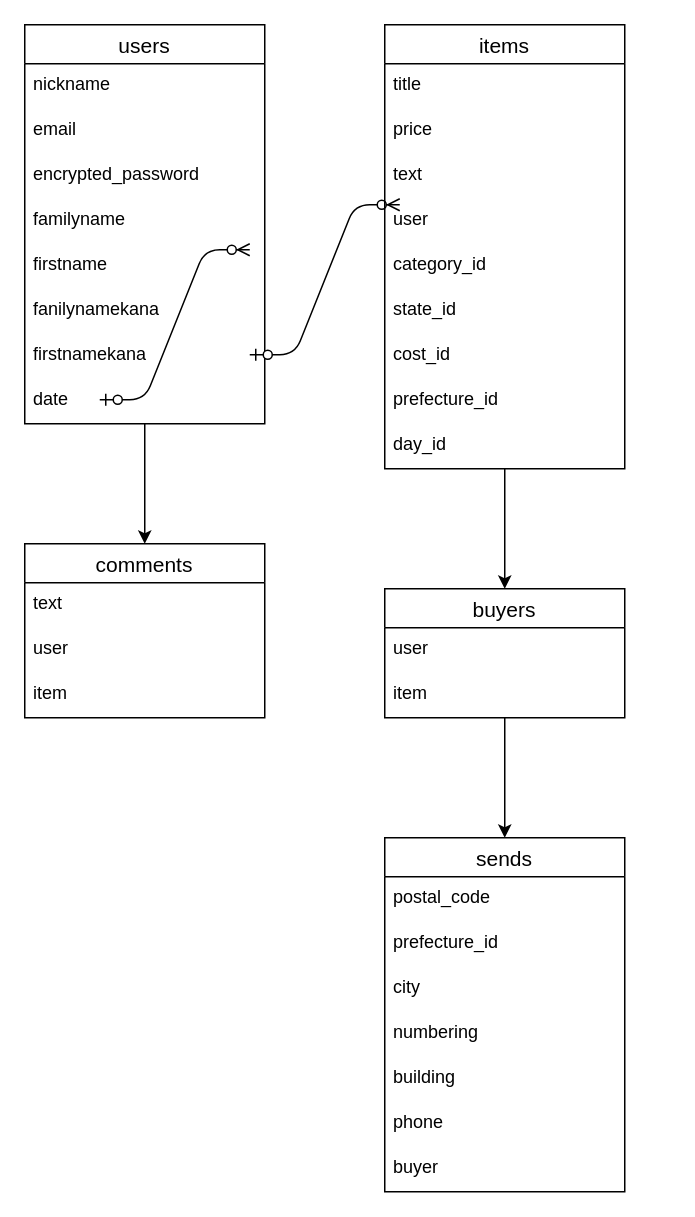
The draw.io diagram er.dio in takayukinm7/furima-32317, before the edit. Source tidied: cells renumbered, new cells numbered last; positions are measured from the earlier drawing's top-left corner, leaving out a move shared by most shapes. Both pictures are drawn from the tidied source at 150%, with x=0, y=0 at pixel (24, 24).
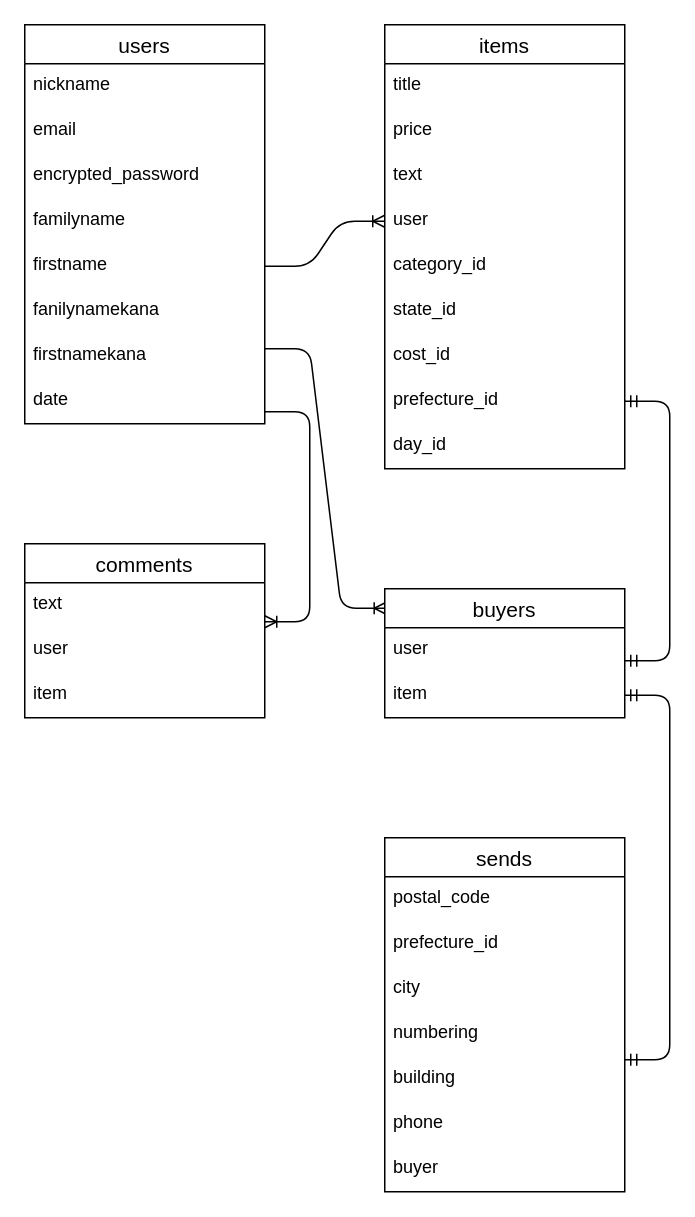
Above is the later version.

Commit message (it also covers changes not shown here):
テーブル設計修正３

Unchanged cells that the change refers to:
```xml
<mxCell id="3" value="users" style="swimlane;fontStyle=0;horizontal=1;startSize=26;align=center;fontSize=14;direction=east;" parent="1" vertex="1">
  <mxGeometry width="160" height="266" as="geometry" />
</mxCell>
<mxCell id="10" value="firstname" style="text;strokeColor=none;fillColor=none;spacingLeft=4;spacingRight=4;overflow=hidden;points=[[0,0.5],[1,0.5]];portConstraint=eastwest;fontSize=12;" parent="3" vertex="1">
  <mxGeometry y="146" width="160" height="30" as="geometry" />
</mxCell>
<mxCell id="15" value="items" style="swimlane;fontStyle=0;horizontal=1;startSize=26;align=center;fontSize=14;direction=east;" parent="1" vertex="1">
  <mxGeometry x="240" width="160" height="296" as="geometry" />
</mxCell>
<mxCell id="19" value="user" style="text;strokeColor=none;fillColor=none;spacingLeft=4;spacingRight=4;overflow=hidden;points=[[0,0.5],[1,0.5]];portConstraint=eastwest;fontSize=12;" parent="15" vertex="1">
  <mxGeometry y="116" width="160" height="30" as="geometry" />
</mxCell>
<mxCell id="23" value="prefecture_id&#10;" style="text;strokeColor=none;fillColor=none;spacingLeft=4;spacingRight=4;overflow=hidden;points=[[0,0.5],[1,0.5]];portConstraint=eastwest;fontSize=12;" parent="15" vertex="1">
  <mxGeometry y="236" width="160" height="30" as="geometry" />
</mxCell>
<mxCell id="25" value="comments" style="swimlane;fontStyle=0;horizontal=1;startSize=26;align=center;fontSize=14;direction=east;" parent="1" vertex="1">
  <mxGeometry y="346" width="160" height="116" as="geometry" />
</mxCell>
<mxCell id="27" value="user&#10;" style="text;strokeColor=none;fillColor=none;spacingLeft=4;spacingRight=4;overflow=hidden;points=[[0,0.5],[1,0.5]];portConstraint=eastwest;fontSize=12;" parent="25" vertex="1">
  <mxGeometry y="56" width="160" height="30" as="geometry" />
</mxCell>
<mxCell id="30" value="buyers" style="swimlane;fontStyle=0;horizontal=1;startSize=26;align=center;fontSize=14;direction=east;" parent="1" vertex="1">
  <mxGeometry x="240" y="376" width="160" height="86" as="geometry" />
</mxCell>
<mxCell id="32" value="item" style="text;strokeColor=none;fillColor=none;spacingLeft=4;spacingRight=4;overflow=hidden;points=[[0,0.5],[1,0.5]];portConstraint=eastwest;fontSize=12;" parent="30" vertex="1">
  <mxGeometry y="56" width="160" height="30" as="geometry" />
</mxCell>
<mxCell id="33" value="sends" style="swimlane;fontStyle=0;horizontal=1;startSize=26;align=center;fontSize=14;direction=east;" parent="1" vertex="1">
  <mxGeometry x="240" y="542" width="160" height="236" as="geometry" />
</mxCell>
```

Diff of the diagram source:
```diff
@@
-    <mxCell id="2" style="edgeStyle=orthogonalEdgeStyle;rounded=0;jettySize=auto;html=1;" parent="1" edge="1" source="3" target="25">
-      <mxGeometry relative="1" as="geometry" />
-    </mxCell>
@@
-    <mxCell id="7" style="edgeStyle=entityRelationEdgeStyle;fontSize=12;html=1;endArrow=ERzeroToMany;startArrow=ERzeroToOne;" parent="3" edge="1">
-      <mxGeometry relative="1" as="geometry">
-        <mxPoint x="150" y="220" as="sourcePoint" />
-        <mxPoint x="250" y="120" as="targetPoint" />
-      </mxGeometry>
-    </mxCell>
@@
-    <mxCell id="9" style="edgeStyle=entityRelationEdgeStyle;fontSize=12;html=1;endArrow=ERzeroToMany;startArrow=ERzeroToOne;" parent="3" edge="1">
-      <mxGeometry relative="1" as="geometry">
-        <mxPoint x="50" y="250" as="sourcePoint" />
-        <mxPoint x="150" y="150" as="targetPoint" />
-      </mxGeometry>
-    </mxCell>
@@
-    <mxCell id="14" style="edgeStyle=orthogonalEdgeStyle;rounded=0;jettySize=auto;html=1;" parent="1" edge="1" source="15" target="30">
-      <mxGeometry relative="1" as="geometry" />
-    </mxCell>
@@
+    <mxCell id="41" style="edgeStyle=entityRelationEdgeStyle;fontSize=12;html=1;endArrow=ERoneToMany;entryX=0.006;entryY=0.151;entryDx=0;entryDy=0;entryPerimeter=0;" parent="15" edge="1" target="30">
+      <mxGeometry relative="1" as="geometry">
+        <mxPoint x="-80" y="216" as="sourcePoint" />
+      </mxGeometry>
+    </mxCell>
@@
-    <mxCell id="29" style="edgeStyle=orthogonalEdgeStyle;rounded=0;jettySize=auto;html=1;" parent="1" edge="1" source="30" target="33">
-      <mxGeometry relative="1" as="geometry" />
-    </mxCell>
@@
+    <mxCell id="9" style="edgeStyle=entityRelationEdgeStyle;fontSize=12;html=1;endArrow=ERoneToMany;entryX=1;entryY=-0.133;entryDx=0;entryDy=0;entryPerimeter=0;" parent="1" edge="1" target="27">
+      <mxGeometry relative="1" as="geometry">
+        <mxPoint x="160" y="258" as="sourcePoint" />
+      </mxGeometry>
+    </mxCell>
+    <mxCell id="42" style="edgeStyle=entityRelationEdgeStyle;fontSize=12;html=1;endArrow=ERoneToMany;exitX=1;exitY=0.5;exitDx=0;exitDy=0;" parent="1" edge="1" source="10" target="19">
+      <mxGeometry relative="1" as="geometry" />
+    </mxCell>
+    <mxCell id="43" style="edgeStyle=entityRelationEdgeStyle;fontSize=12;html=1;endArrow=ERmandOne;startArrow=ERmandOne;entryX=1;entryY=0.5;entryDx=0;entryDy=0;" parent="1" edge="1" target="23">
+      <mxGeometry relative="1" as="geometry">
+        <mxPoint x="400" y="424" as="sourcePoint" />
+      </mxGeometry>
+    </mxCell>
+    <mxCell id="44" style="edgeStyle=entityRelationEdgeStyle;fontSize=12;html=1;endArrow=ERmandOne;startArrow=ERmandOne;entryX=1;entryY=0.5;entryDx=0;entryDy=0;" parent="1" edge="1" target="32">
+      <mxGeometry relative="1" as="geometry">
+        <mxPoint x="400" y="690" as="sourcePoint" />
+      </mxGeometry>
+    </mxCell>
```
